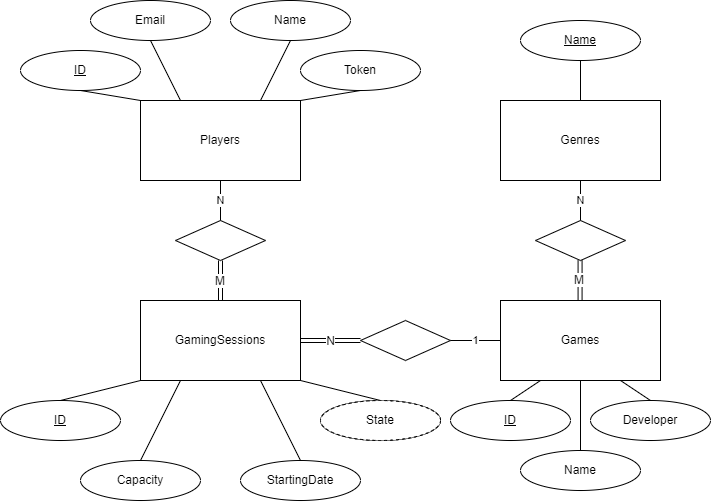
Earlier version of the draw.io export assets/ModeloEA.png (MarioRj16/LS). Source tidied: cells renumbered, new cells last; positions are measured from the earlier drawing's top-left corner, leaving out a move shared by most shapes.
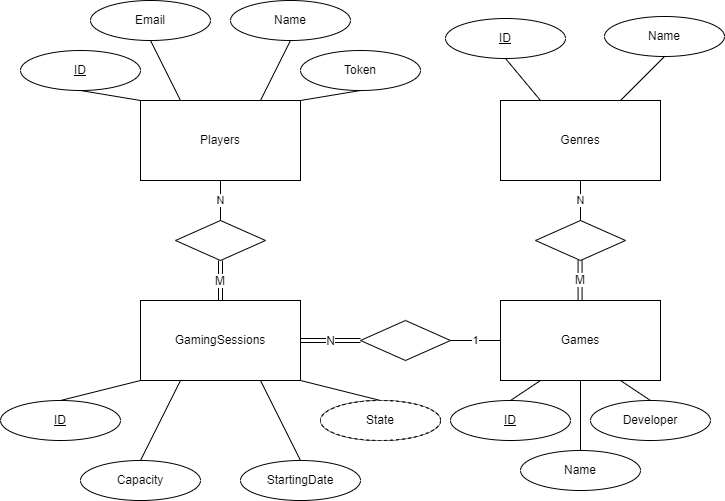
After the commit.

Change to the diagram source:
```diff
@@ -89,8 +89,8 @@
     <mxCell id="30" value="Developer" style="ellipse;whiteSpace=wrap;html=1;" parent="1" vertex="1">
       <mxGeometry x="590" y="400" width="120" height="40" as="geometry" />
     </mxCell>
-    <mxCell id="31" value="&lt;u&gt;Name&lt;/u&gt;" style="ellipse;whiteSpace=wrap;html=1;" parent="1" vertex="1">
-      <mxGeometry x="520" y="20" width="120" height="40" as="geometry" />
+    <mxCell id="31" value="Name" style="ellipse;whiteSpace=wrap;html=1;" parent="1" vertex="1">
+      <mxGeometry x="604" y="16" width="120" height="40" as="geometry" />
     </mxCell>
     <mxCell id="32" style="endArrow=none;html=1;rounded=0;exitX=0.5;exitY=0;exitDx=0;exitDy=0;entryX=0.25;entryY=1;entryDx=0;entryDy=0;" parent="1" edge="1" source="29" target="4">
       <mxGeometry relative="1" as="geometry" />
@@ -101,7 +101,7 @@
     <mxCell id="34" style="endArrow=none;html=1;rounded=0;exitX=0.5;exitY=0;exitDx=0;exitDy=0;entryX=0.5;entryY=1;entryDx=0;entryDy=0;" parent="1" edge="1" source="28" target="4">
       <mxGeometry relative="1" as="geometry" />
     </mxCell>
-    <mxCell id="35" style="endArrow=none;html=1;rounded=0;entryX=0.5;entryY=1;entryDx=0;entryDy=0;" parent="1" edge="1" source="5" target="31">
+    <mxCell id="35" style="endArrow=none;html=1;rounded=0;entryX=0.5;entryY=1;entryDx=0;entryDy=0;exitX=0.75;exitY=0;exitDx=0;exitDy=0;" parent="1" edge="1" source="5" target="31">
       <mxGeometry relative="1" as="geometry" />
     </mxCell>
     <mxCell id="36" value="State" style="ellipse;whiteSpace=wrap;html=1;align=center;dashed=1;" parent="1" vertex="1">
@@ -136,5 +136,11 @@
         <mxPoint x="6" y="-12" as="offset" />
       </mxGeometry>
     </mxCell>
+    <mxCell id="43" value="&lt;u&gt;ID&lt;/u&gt;" style="ellipse;whiteSpace=wrap;html=1;" parent="1" vertex="1">
+      <mxGeometry x="445" y="18" width="120" height="40" as="geometry" />
+    </mxCell>
+    <mxCell id="44" style="endArrow=none;html=1;rounded=0;entryX=0.5;entryY=1;entryDx=0;entryDy=0;exitX=0.25;exitY=0;exitDx=0;exitDy=0;" parent="1" edge="1" source="5" target="43">
+      <mxGeometry relative="1" as="geometry" />
+    </mxCell>
   </root>
 </mxGraphModel>
```
